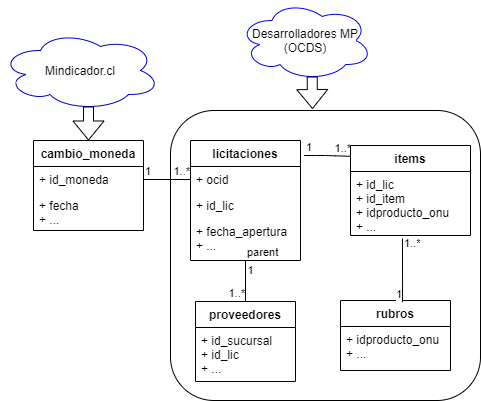
DCCP-Hugo/MercadoPublicoOCDS keeps this draw.io diagram as Imágenes/Modelo datos.png. Above is the earlier version. Source tidied: cells renumbered, new cells last; positions are measured from the earlier drawing's top-left corner, leaving out a move shared by most shapes.
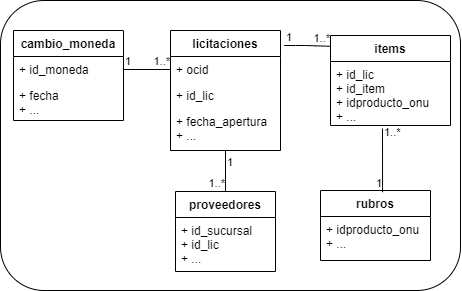
The same file after the commit.

What changed in the source:
```diff
@@ -1,26 +1,20 @@
 <mxGraphModel>
   <root>
-    <mxCell id="0" />
-    <mxCell id="1" parent="0" />
-    <mxCell id="2" style="rounded=1;whiteSpace=wrap;html=1;" parent="1" vertex="1">
-      <mxGeometry x="170" y="110" width="310" height="290" as="geometry" />
-    </mxCell>
-    <mxCell id="3" value="Desarrolladores MP (OCDS)" style="ellipse;shape=cloud;whiteSpace=wrap;html=1;strokeColor=#0000FF;" parent="1" vertex="1">
-      <mxGeometry x="238" width="134" height="80" as="geometry" />
-    </mxCell>
-    <mxCell id="4" value="Mindicador.cl" style="ellipse;shape=cloud;whiteSpace=wrap;html=1;strokeColor=#0000CC;" parent="1" vertex="1">
-      <mxGeometry y="30" width="160" height="80" as="geometry" />
-    </mxCell>
+    <mxCell id="32" />
+    <mxCell id="33" parent="32" />
+    <mxCell id="34" style="rounded=1;whiteSpace=wrap;html=1;" parent="33" vertex="1">
+      <mxGeometry x="20" y="110" width="460" height="290" as="geometry" />
+    </mxCell>
-    <mxCell id="5" style="endArrow=none;html=1;edgeStyle=orthogonalEdgeStyle;exitX=1;exitY=0.5;exitDx=0;exitDy=0;entryX=0;entryY=0.5;entryDx=0;entryDy=0;" parent="1" edge="1" source="9" target="13">
+    <mxCell id="5" style="endArrow=none;html=1;edgeStyle=orthogonalEdgeStyle;exitX=1;exitY=0.5;exitDx=0;exitDy=0;entryX=0;entryY=0.5;entryDx=0;entryDy=0;" parent="33" edge="1" source="9" target="13">
       <mxGeometry relative="1" as="geometry" />
     </mxCell>
-    <mxCell id="6" value="1" style="edgeLabel;html=1;align=left;verticalAlign=bottom;" parent="5" vertex="1">
-      <mxGeometry x="-1" relative="1" as="geometry" />
-    </mxCell>
-    <mxCell id="7" value="1..*" style="edgeLabel;html=1;align=right;verticalAlign=bottom;" parent="5" vertex="1">
-      <mxGeometry x="1" relative="1" as="geometry" />
-    </mxCell>
+    <mxCell id="35" value="1" style="edgeLabel;html=1;align=left;verticalAlign=bottom;" parent="5" vertex="1">
+      <mxGeometry x="-1" relative="1" as="geometry" />
+    </mxCell>
+    <mxCell id="36" value="1..*" style="edgeLabel;html=1;align=right;verticalAlign=bottom;" parent="5" vertex="1">
+      <mxGeometry x="1" relative="1" as="geometry" />
+    </mxCell>
-    <mxCell id="8" value="cambio_moneda" style="swimlane;fontStyle=1;align=center;verticalAlign=top;horizontal=1;startSize=26;rounded=0;shadow=0;strokeWidth=1;" parent="1" vertex="1">
+    <mxCell id="8" value="cambio_moneda" style="swimlane;fontStyle=1;align=center;verticalAlign=top;horizontal=1;startSize=26;rounded=0;shadow=0;strokeWidth=1;" parent="33" vertex="1">
       <mxGeometry x="33" y="140" width="110" height="90" as="geometry" />
     </mxCell>
     <mxCell id="9" value="+ id_moneda" style="text;align=left;verticalAlign=top;spacingLeft=4;spacingRight=4;overflow=hidden;points=[[0,0.5],[1,0.5]];portConstraint=eastwest;" parent="8" vertex="1">
@@ -29,10 +23,7 @@
     <mxCell id="10" value="+ fecha&#10;+ ..." style="text;align=left;verticalAlign=top;spacingLeft=4;spacingRight=4;overflow=hidden;rounded=0;shadow=0;html=0;" parent="8" vertex="1">
       <mxGeometry y="52" width="110" height="38" as="geometry" />
     </mxCell>
-    <mxCell id="11" style="shape=flexArrow;endArrow=classic;html=1;exitX=0.55;exitY=0.95;exitDx=0;exitDy=0;exitPerimeter=0;entryX=0.5;entryY=0;entryDx=0;entryDy=0;" parent="1" edge="1" source="4" target="8">
-      <mxGeometry relative="1" as="geometry" />
-    </mxCell>
-    <mxCell id="12" value="licitaciones" style="swimlane;fontStyle=1;horizontal=1;startSize=26;fillColor=none;" parent="1" vertex="1">
+    <mxCell id="12" value="licitaciones" style="swimlane;fontStyle=1;horizontal=1;startSize=26;fillColor=none;" parent="33" vertex="1">
       <mxGeometry x="190" y="140" width="110" height="120" as="geometry" />
     </mxCell>
     <mxCell id="13" value="+ ocid" style="text;strokeColor=none;fillColor=none;align=left;verticalAlign=top;spacingLeft=4;spacingRight=4;overflow=hidden;points=[[0,0.5],[1,0.5]];portConstraint=eastwest;" parent="12" vertex="1">
@@ -44,64 +35,63 @@
     <mxCell id="15" value="+ fecha_apertura&#10;+ ..." style="text;strokeColor=none;fillColor=none;align=left;verticalAlign=top;spacingLeft=4;spacingRight=4;overflow=hidden;" parent="12" vertex="1">
       <mxGeometry y="78" width="110" height="42" as="geometry" />
     </mxCell>
-    <mxCell id="16" style="shape=flexArrow;endArrow=classic;html=1;exitX=0.55;exitY=0.95;exitDx=0;exitDy=0;exitPerimeter=0;entryX=0.458;entryY=-0.005;entryDx=0;entryDy=0;entryPerimeter=0;" parent="1" edge="1" source="3" target="2">
-      <mxGeometry relative="1" as="geometry" />
-    </mxCell>
-    <mxCell id="17" value="proveedores" style="swimlane;fontStyle=1;align=center;verticalAlign=top;horizontal=1;startSize=26;rounded=0;shadow=0;strokeWidth=1;" parent="1" vertex="1">
+    <mxCell id="17" value="proveedores" style="swimlane;fontStyle=1;align=center;verticalAlign=top;horizontal=1;startSize=26;rounded=0;shadow=0;strokeWidth=1;" parent="33" vertex="1">
       <mxGeometry x="195" y="301" width="100" height="80" as="geometry" />
     </mxCell>
     <mxCell id="18" value="+ id_sucursal&#10;+ id_lic&#10;+ ..." style="text;align=left;verticalAlign=top;spacingLeft=4;spacingRight=4;overflow=hidden;" parent="17" vertex="1">
       <mxGeometry y="26" width="100" height="54" as="geometry" />
     </mxCell>
-    <mxCell id="19" value="rubros" style="swimlane;fontStyle=1;align=center;verticalAlign=top;horizontal=1;startSize=26;rounded=0;shadow=0;strokeWidth=1;" parent="1" vertex="1">
+    <mxCell id="19" value="rubros" style="swimlane;fontStyle=1;align=center;verticalAlign=top;horizontal=1;startSize=26;rounded=0;shadow=0;strokeWidth=1;" parent="33" vertex="1">
       <mxGeometry x="340" y="300" width="110" height="70" as="geometry" />
     </mxCell>
     <mxCell id="20" value="+ idproducto_onu&#10;+ ..." style="text;align=left;verticalAlign=top;spacingLeft=4;spacingRight=4;overflow=hidden;" parent="19" vertex="1">
       <mxGeometry y="26" width="110" height="44" as="geometry" />
     </mxCell>
-    <mxCell id="21" style="endArrow=none;html=1;edgeStyle=orthogonalEdgeStyle;exitX=1.033;exitY=0.125;exitDx=0;exitDy=0;exitPerimeter=0;entryX=0.003;entryY=0.12;entryDx=0;entryDy=0;entryPerimeter=0;" parent="1" edge="1" source="12" target="24">
+    <mxCell id="21" style="endArrow=none;html=1;edgeStyle=orthogonalEdgeStyle;exitX=1.033;exitY=0.125;exitDx=0;exitDy=0;exitPerimeter=0;entryX=0.003;entryY=0.12;entryDx=0;entryDy=0;entryPerimeter=0;" parent="33" edge="1" source="12" target="24">
       <mxGeometry relative="1" as="geometry">
         <Array as="points">
           <mxPoint x="325" y="155" />
         </Array>
       </mxGeometry>
     </mxCell>
-    <mxCell id="22" value="1" style="edgeLabel;html=1;align=left;verticalAlign=bottom;" parent="21" vertex="1">
-      <mxGeometry x="-1" relative="1" as="geometry" />
-    </mxCell>
-    <mxCell id="23" value="1..*" style="edgeLabel;html=1;align=right;verticalAlign=bottom;" parent="21" vertex="1">
-      <mxGeometry x="1" relative="1" as="geometry" />
-    </mxCell>
+    <mxCell id="37" value="1" style="edgeLabel;html=1;align=left;verticalAlign=bottom;" parent="21" vertex="1">
+      <mxGeometry x="-1" relative="1" as="geometry" />
+    </mxCell>
+    <mxCell id="38" value="1..*" style="edgeLabel;html=1;align=right;verticalAlign=bottom;" parent="21" vertex="1">
+      <mxGeometry x="1" relative="1" as="geometry" />
+    </mxCell>
-    <mxCell id="24" value="items" style="swimlane;fontStyle=1;align=center;verticalAlign=top;horizontal=1;startSize=26;rounded=0;shadow=0;strokeWidth=1;" parent="1" vertex="1">
+    <mxCell id="24" value="items" style="swimlane;fontStyle=1;align=center;verticalAlign=top;horizontal=1;startSize=26;rounded=0;shadow=0;strokeWidth=1;" parent="33" vertex="1">
       <mxGeometry x="350" y="145" width="120" height="90" as="geometry" />
     </mxCell>
     <mxCell id="25" value="+ id_lic&#10;+ id_item&#10;+ idproducto_onu&#10;+ ..." style="text;align=left;verticalAlign=top;spacingLeft=4;spacingRight=4;overflow=hidden;" parent="24" vertex="1">
       <mxGeometry y="26" width="120" height="64" as="geometry" />
     </mxCell>
-    <mxCell id="26" style="endArrow=none;html=1;edgeStyle=orthogonalEdgeStyle;entryX=0.564;entryY=0.024;entryDx=0;entryDy=0;entryPerimeter=0;" parent="1" edge="1" target="19">
-      <mxGeometry relative="1" as="geometry">
-        <mxPoint x="402" y="238" as="sourcePoint" />
-        <Array as="points">
-          <mxPoint x="402" y="238" />
-        </Array>
-      </mxGeometry>
-    </mxCell>
+    <mxCell id="39" style="endArrow=none;html=1;edgeStyle=orthogonalEdgeStyle;entryX=0.564;entryY=0.024;entryDx=0;entryDy=0;entryPerimeter=0;" parent="33" edge="1" target="19">
+      <mxGeometry relative="1" as="geometry">
+        <mxPoint x="402" y="238" as="sourcePoint" />
+        <Array as="points">
+          <mxPoint x="402" y="238" />
+        </Array>
+      </mxGeometry>
+    </mxCell>
-    <mxCell id="27" value="1..*" style="edgeLabel;html=1;align=left;verticalAlign=bottom;" parent="26" vertex="1">
+    <mxCell id="27" value="1..*" style="edgeLabel;html=1;align=left;verticalAlign=bottom;" parent="39" vertex="1">
       <mxGeometry x="-1" relative="1" as="geometry">
         <mxPoint y="12.5" as="offset" />
       </mxGeometry>
     </mxCell>
-    <mxCell id="28" value="1" style="edgeLabel;html=1;align=right;verticalAlign=bottom;" parent="26" vertex="1">
+    <mxCell id="28" value="1" style="edgeLabel;html=1;align=right;verticalAlign=bottom;" parent="39" vertex="1">
       <mxGeometry x="1" relative="1" as="geometry" />
     </mxCell>
-    <mxCell id="29" value="1" style="endArrow=none;html=1;edgeStyle=orthogonalEdgeStyle;exitX=0.5;exitY=1;exitDx=0;exitDy=0;entryX=0.5;entryY=0;entryDx=0;entryDy=0;" parent="1" edge="1" source="12" target="17">
+    <mxCell id="29" style="endArrow=none;html=1;edgeStyle=orthogonalEdgeStyle;exitX=0.5;exitY=1;exitDx=0;exitDy=0;entryX=0.5;entryY=0;entryDx=0;entryDy=0;" parent="33" edge="1" source="12" target="17">
       <mxGeometry x="-0.51" y="5" relative="1" as="geometry" />
     </mxCell>
-    <mxCell id="30" value="parent" style="edgeLabel;html=1;align=left;verticalAlign=bottom;" parent="29" vertex="1">
-      <mxGeometry x="-1" relative="1" as="geometry" />
-    </mxCell>
-    <mxCell id="31" value="1..*" style="edgeLabel;html=1;align=right;verticalAlign=bottom;" parent="29" vertex="1">
-      <mxGeometry x="1" relative="1" as="geometry" />
-    </mxCell>
+    <mxCell id="40" value="1" style="edgeLabel;html=1;align=left;verticalAlign=bottom;" parent="29" vertex="1">
+      <mxGeometry x="-1" relative="1" as="geometry">
+        <mxPoint y="20" as="offset" />
+      </mxGeometry>
+    </mxCell>
+    <mxCell id="41" value="1..*" style="edgeLabel;html=1;align=right;verticalAlign=bottom;" parent="29" vertex="1">
+      <mxGeometry x="1" relative="1" as="geometry" />
+    </mxCell>
   </root>
 </mxGraphModel>
```
